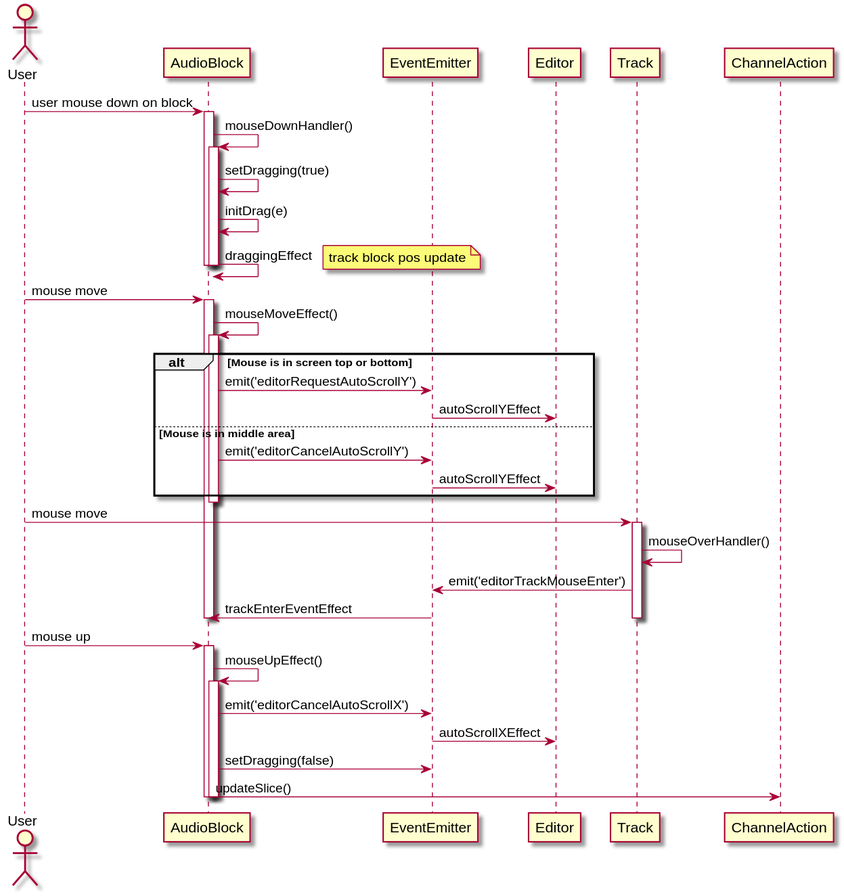
The PlantUML diagram out/sequence_diagram/move_to_track/move_to_track.svg in austudio-team/austudio-uml-graph, before a commit.
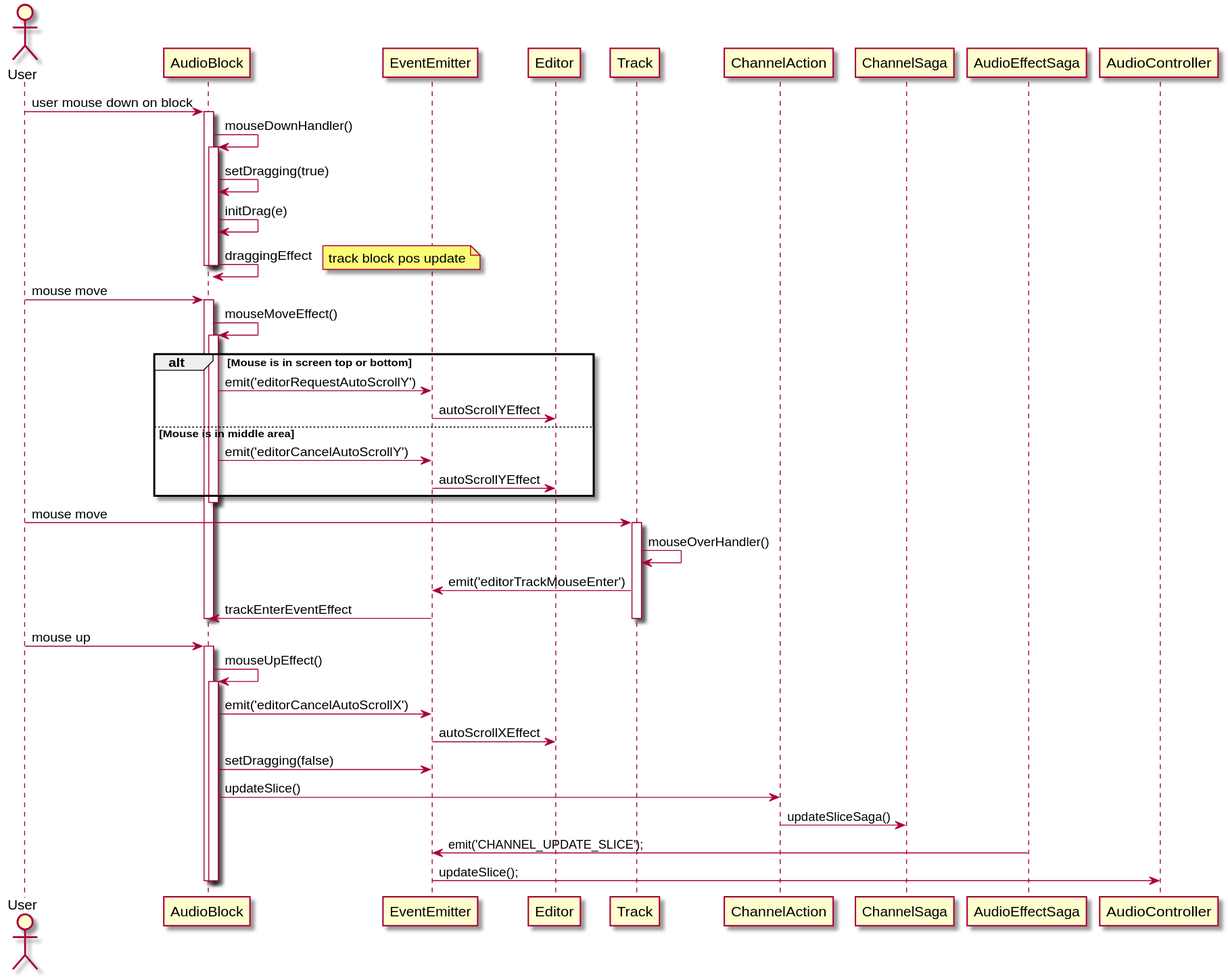
After the commit.

Change to the diagram source:
```diff
@@ -42,6 +42,9 @@
   EventEmitter -> Editor: autoScrollXEffect
   AudioBlock -> EventEmitter: setDragging(false)
   AudioBlock -> ChannelAction: updateSlice()
+  ChannelAction -> ChannelSaga: updateSliceSaga()
+  AudioEffectSaga -> EventEmitter: emit('CHANNEL_UPDATE_SLICE');
+  EventEmitter -> AudioController: updateSlice();
 deactivate AudioBlock
 deactivate AudioBlock
 
```
